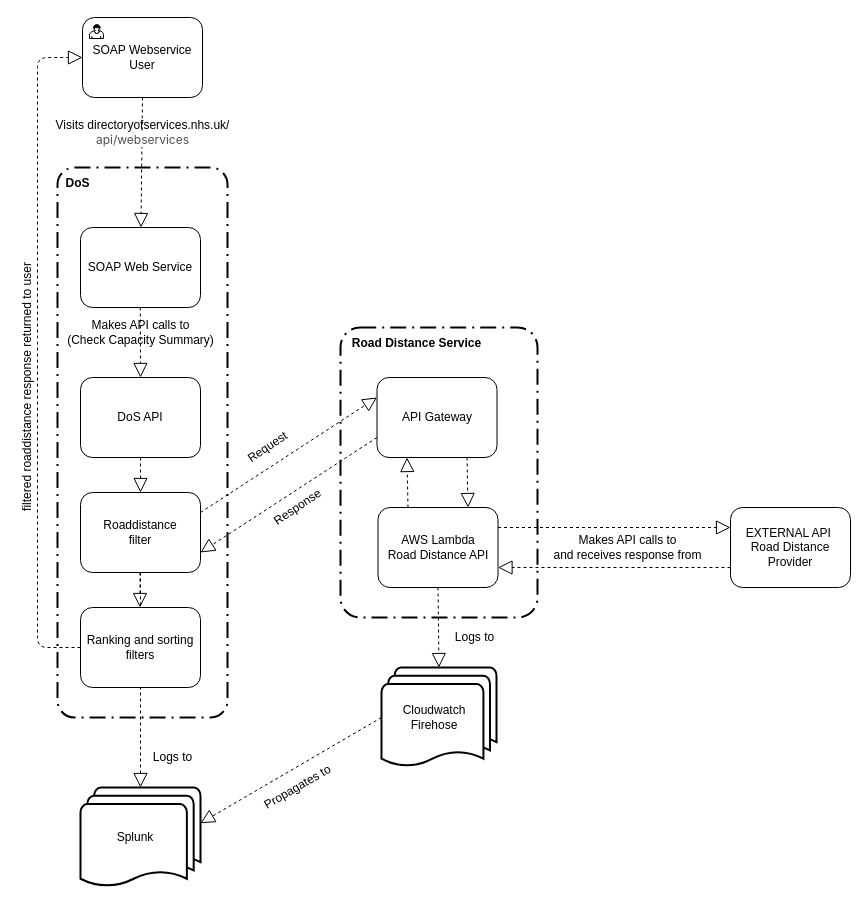
Earlier version of the draw.io diagram documentation/diagrams/phase_1/Road Distance 2 Containers.drawio (nhsd-exeter/dos-road-distance). Source tidied: cells renumbered, new cells numbered last; positions are measured from the earlier drawing's top-left corner, leaving out a move shared by most shapes. Both pictures are drawn from the tidied source at 100%, with x=0, y=0 at pixel (-103, 17).
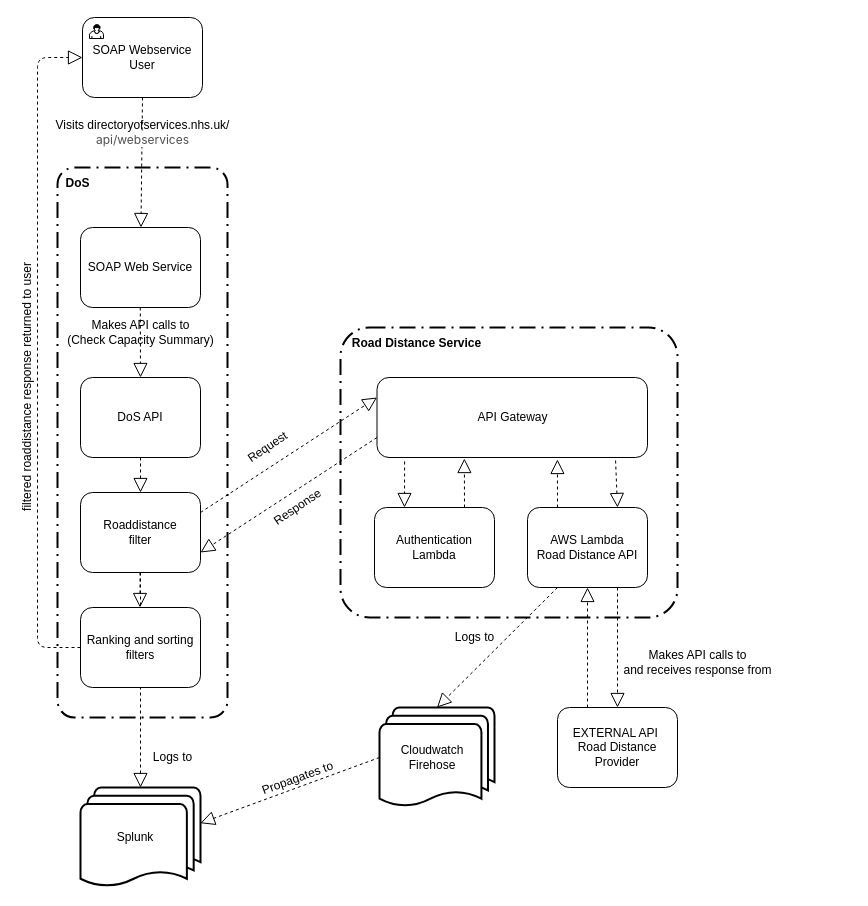
The same diagram, later.

Unchanged cells that the change refers to:
```xml
<mxCell id="21" style="strokeWidth=2;html=1;shape=mxgraph.flowchart.multi-document;whiteSpace=wrap;" parent="20" vertex="1">
  <mxGeometry width="115" height="100" as="geometry" />
</mxCell>
```

The edit, as a diff of the source:
```diff
@@
     <mxCell id="3" style="rounded=1;arcSize=10;dashed=1;strokeColor=#000000;fillColor=none;gradientColor=none;dashPattern=8 3 1 3;strokeWidth=2;" parent="1" vertex="1">
-      <mxGeometry x="443" y="310" width="197" height="290" as="geometry" />
+      <mxGeometry x="443" y="310" width="337" height="290" as="geometry" />
     </mxCell>
@@
     <mxCell id="6" value="AWS Lambda&lt;br&gt;Road Distance API" style="html=1;whiteSpace=wrap;rounded=1;" parent="1" vertex="1">
-      <mxGeometry x="480.5" y="490" width="120" height="80" as="geometry" />
+      <mxGeometry x="630" y="490" width="120" height="80" as="geometry" />
     </mxCell>
@@
     <mxCell id="8" value="EXTERNAL API&amp;nbsp;&lt;br&gt;Road Distance Provider" style="rounded=1;whiteSpace=wrap;html=1;" parent="1" vertex="1">
-      <mxGeometry x="833" y="490" width="120" height="80" as="geometry" />
+      <mxGeometry x="660" y="690" width="120" height="80" as="geometry" />
     </mxCell>
@@
-    <mxCell id="12" style="endArrow=block;dashed=1;endFill=0;endSize=12;html=1;entryX=0;entryY=0.25;entryDx=0;entryDy=0;exitX=1;exitY=0.25;exitDx=0;exitDy=0;" parent="1" edge="1" source="6" target="8">
+    <mxCell id="12" style="endArrow=block;dashed=1;endFill=0;endSize=12;html=1;entryX=0.5;entryY=0;entryDx=0;entryDy=0;exitX=0.75;exitY=1;exitDx=0;exitDy=0;" parent="1" edge="1" source="6" target="8">
       <mxGeometry relative="1" as="geometry" />
     </mxCell>
@@
     <mxCell id="15" value="Makes API calls to&lt;br&gt;and receives response from" style="text;html=1;align=center;verticalAlign=middle;" parent="1" vertex="1">
-      <mxGeometry x="650" y="515" width="160" height="30" as="geometry" />
+      <mxGeometry x="720" y="630" width="160" height="30" as="geometry" />
     </mxCell>
-    <mxCell id="16" style="endArrow=block;dashed=1;endFill=0;endSize=12;html=1;exitX=0.5;exitY=1;exitDx=0;exitDy=0;entryX=0.5;entryY=0;entryDx=0;entryDy=0;entryPerimeter=0;" parent="1" edge="1" source="6" target="21">
+    <mxCell id="16" style="endArrow=block;dashed=1;endFill=0;endSize=12;html=1;exitX=0.25;exitY=1;exitDx=0;exitDy=0;entryX=0.5;entryY=0;entryDx=0;entryDy=0;entryPerimeter=0;" parent="1" edge="1" source="6" target="21">
       <mxGeometry relative="1" as="geometry" />
     </mxCell>
@@
     <mxCell id="20" style="group;" parent="1" vertex="1">
-      <mxGeometry x="484" y="650" width="115" height="100" as="geometry" />
+      <mxGeometry x="482" y="690" width="115" height="100" as="geometry" />
     </mxCell>
@@
     <mxCell id="24" value="API Gateway" style="html=1;whiteSpace=wrap;rounded=1;" parent="1" vertex="1">
-      <mxGeometry x="479.5" y="360" width="120" height="80" as="geometry" />
+      <mxGeometry x="479.5" y="360" width="270.5" height="80" as="geometry" />
     </mxCell>
@@
-    <mxCell id="26" style="endArrow=block;dashed=1;endFill=0;endSize=12;html=1;entryX=0.75;entryY=0;entryDx=0;entryDy=0;exitX=0.75;exitY=1;exitDx=0;exitDy=0;" parent="1" edge="1" source="24" target="6">
-      <mxGeometry relative="1" as="geometry" />
-    </mxCell>
@@
-    <mxCell id="39" value="Propagates to" style="text;html=1;align=center;verticalAlign=middle;rotation=-30;" parent="1" vertex="1">
-      <mxGeometry x="355" y="760" width="90" height="20" as="geometry" />
+    <mxCell id="39" value="Propagates to" style="text;html=1;align=center;verticalAlign=middle;rotation=-20;" parent="1" vertex="1">
+      <mxGeometry x="355" y="751" width="90" height="20" as="geometry" />
     </mxCell>
@@
-    <mxCell id="41" style="endArrow=block;dashed=1;endFill=0;endSize=12;html=1;entryX=1;entryY=0.75;entryDx=0;entryDy=0;exitX=0;exitY=0.75;exitDx=0;exitDy=0;" parent="1" edge="1" source="8" target="6">
+    <mxCell id="41" style="endArrow=block;dashed=1;endFill=0;endSize=12;html=1;entryX=0.5;entryY=1;entryDx=0;entryDy=0;exitX=0.25;exitY=0;exitDx=0;exitDy=0;" parent="1" edge="1" source="8" target="6">
       <mxGeometry relative="1" as="geometry" />
     </mxCell>
-    <mxCell id="42" style="endArrow=block;dashed=1;endFill=0;endSize=12;html=1;exitX=0.25;exitY=0;exitDx=0;exitDy=0;entryX=0.25;entryY=1;entryDx=0;entryDy=0;" parent="1" edge="1" source="6" target="24">
+    <mxCell id="42" style="endArrow=block;dashed=1;endFill=0;endSize=12;html=1;exitX=0.25;exitY=0;exitDx=0;exitDy=0;entryX=0.667;entryY=1.025;entryDx=0;entryDy=0;entryPerimeter=0;" parent="1" edge="1" source="6" target="24">
       <mxGeometry relative="1" as="geometry" />
     </mxCell>
+    <mxCell id="43" value="Authentication Lambda" style="html=1;whiteSpace=wrap;rounded=1;" parent="1" vertex="1">
+      <mxGeometry x="477" y="490" width="120" height="80" as="geometry" />
+    </mxCell>
+    <mxCell id="44" style="endArrow=block;dashed=1;endFill=0;endSize=12;html=1;exitX=0.102;exitY=1.05;exitDx=0;exitDy=0;entryX=0.25;entryY=0;entryDx=0;entryDy=0;startArrow=none;startFill=0;targetPerimeterSpacing=12;sourcePerimeterSpacing=6;exitPerimeter=0;" parent="1" edge="1" source="24" target="43">
+      <mxGeometry relative="1" as="geometry" />
+    </mxCell>
+    <mxCell id="45" style="endArrow=block;dashed=1;endFill=0;endSize=12;html=1;exitX=0.75;exitY=0;exitDx=0;exitDy=0;entryX=0.323;entryY=1.013;entryDx=0;entryDy=0;startArrow=none;startFill=0;targetPerimeterSpacing=12;sourcePerimeterSpacing=6;entryPerimeter=0;" parent="1" edge="1" source="43" target="24">
+      <mxGeometry relative="1" as="geometry" />
+    </mxCell>
+    <mxCell id="26" style="endArrow=block;dashed=1;endFill=0;endSize=12;html=1;entryX=0.75;entryY=0;entryDx=0;entryDy=0;exitX=0.882;exitY=1.038;exitDx=0;exitDy=0;exitPerimeter=0;" parent="1" edge="1" source="24" target="6">
+      <mxGeometry relative="1" as="geometry" />
+    </mxCell>
```
